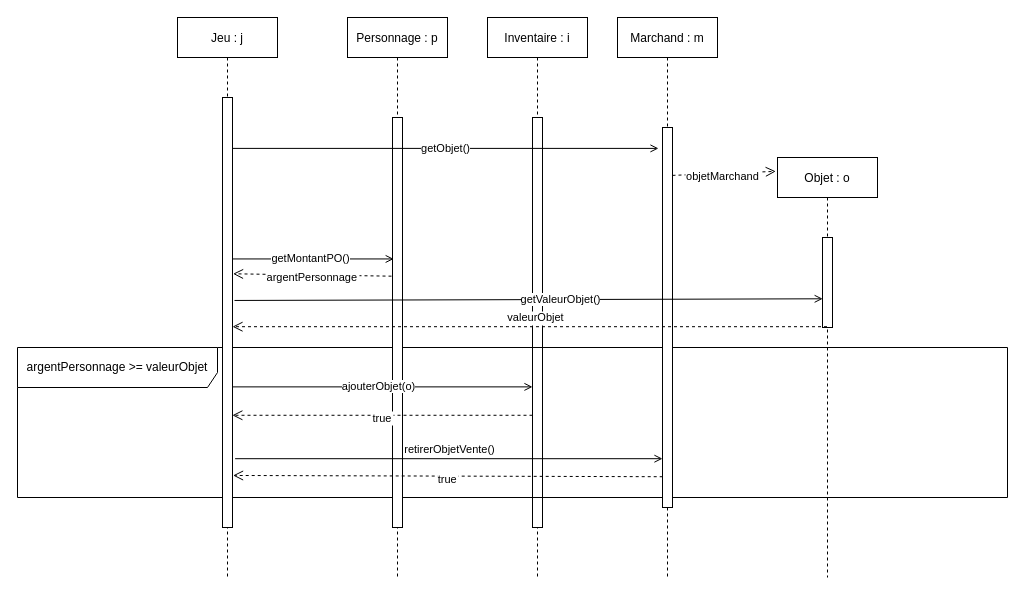
Above: Diagrammes/Diagrammes de séquences/Diagramme de sequence - Scenario4.drawio in Eoloc/M1MIAGE_ProjetUML (draw.io), before the change. Source tidied: cells renumbered, new cells numbered last; positions are measured from the earlier drawing's top-left corner, leaving out a move shared by most shapes. Both pictures are drawn from the tidied source at 100%, with x=0, y=0 at pixel (17, 17).
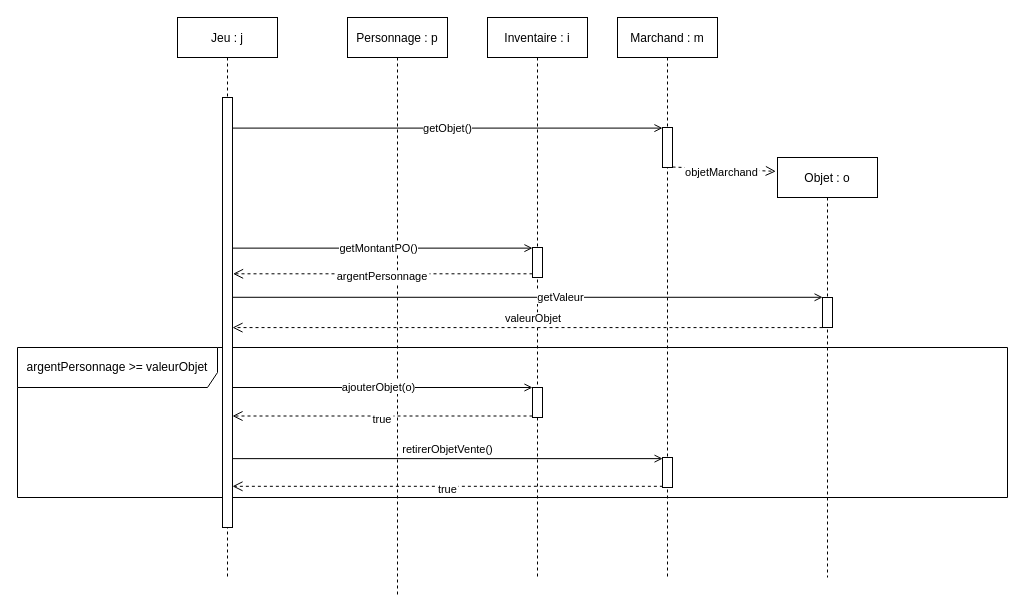
Above is the later version.

Unchanged cells that the change refers to:
```xml
<mxCell id="2" value="Inventaire : i" style="shape=umlLifeline;perimeter=lifelinePerimeter;rounded=0;shadow=0;strokeWidth=1;" parent="1" vertex="1">
  <mxGeometry x="470" width="100" height="560" as="geometry" />
</mxCell>
<mxCell id="6" style="points=[];perimeter=orthogonalPerimeter;rounded=0;shadow=0;strokeWidth=1;" parent="5" vertex="1">
  <mxGeometry x="45" y="80" width="10" height="430" as="geometry" />
</mxCell>
<mxCell id="8" value="Marchand : m" style="shape=umlLifeline;perimeter=lifelinePerimeter;rounded=0;shadow=0;strokeWidth=1;" parent="1" vertex="1">
  <mxGeometry x="600" width="100" height="560" as="geometry" />
</mxCell>
<mxCell id="10" value="Objet : o" style="shape=umlLifeline;perimeter=lifelinePerimeter;rounded=0;shadow=0;strokeWidth=1;" parent="1" vertex="1">
  <mxGeometry x="760" y="140" width="100" height="420" as="geometry" />
</mxCell>
```

Change to the diagram source:
```diff
@@
     <mxCell id="3" style="points=[];perimeter=orthogonalPerimeter;rounded=0;shadow=0;strokeWidth=1;" parent="2" vertex="1">
-      <mxGeometry x="45" y="100" width="10" height="410" as="geometry" />
+      <mxGeometry x="45" y="230" width="10" height="30" as="geometry" />
     </mxCell>
@@
-    <mxCell id="7" value="objetMarchand" style="verticalAlign=bottom;endArrow=open;dashed=1;endSize=8;shadow=0;strokeWidth=1;exitX=1;exitY=0.126;exitDx=0;exitDy=0;exitPerimeter=0;entryX=-0.017;entryY=0.033;entryDx=0;entryDy=0;entryPerimeter=0;" parent="1" edge="1" source="9" target="10">
+    <mxCell id="7" value="objetMarchand" style="verticalAlign=bottom;endArrow=open;dashed=1;endSize=8;shadow=0;strokeWidth=1;exitX=1.003;exitY=0.988;exitDx=0;exitDy=0;exitPerimeter=0;entryX=-0.017;entryY=0.033;entryDx=0;entryDy=0;entryPerimeter=0;" parent="1" edge="1" source="9" target="10">
       <mxGeometry x="-0.04" y="-12" relative="1" as="geometry" />
     </mxCell>
@@
     <mxCell id="9" style="points=[];perimeter=orthogonalPerimeter;rounded=0;shadow=0;strokeWidth=1;" parent="8" vertex="1">
-      <mxGeometry x="45" y="110" width="10" height="380" as="geometry" />
+      <mxGeometry x="45" y="110" width="10" height="40" as="geometry" />
     </mxCell>
@@
     <mxCell id="11" style="points=[];perimeter=orthogonalPerimeter;rounded=0;shadow=0;strokeWidth=1;" parent="10" vertex="1">
-      <mxGeometry x="45" y="80" width="10" height="90" as="geometry" />
+      <mxGeometry x="45" y="140" width="10" height="30" as="geometry" />
     </mxCell>
     <mxCell id="12" value="Personnage : p" style="shape=umlLifeline;perimeter=lifelinePerimeter;rounded=0;shadow=0;strokeWidth=1;" parent="1" vertex="1">
-      <mxGeometry x="330" width="100" height="560" as="geometry" />
+      <mxGeometry x="330" width="100" height="580" as="geometry" />
     </mxCell>
-    <mxCell id="13" style="points=[];perimeter=orthogonalPerimeter;rounded=0;shadow=0;strokeWidth=1;" parent="12" vertex="1">
-      <mxGeometry x="45" y="100" width="10" height="410" as="geometry" />
-    </mxCell>
-    <mxCell id="14" value="getObjet()" style="endArrow=open;html=1;entryX=-0.4;entryY=0.055;entryDx=0;entryDy=0;entryPerimeter=0;endFill=0;" parent="1" edge="1" source="6" target="9">
+    <mxCell id="14" value="getObjet()" style="endArrow=open;html=1;entryX=0;entryY=0.015;entryDx=0;entryDy=0;entryPerimeter=0;endFill=0;" parent="1" edge="1" source="6" target="9">
       <mxGeometry relative="1" as="geometry" />
     </mxCell>
-    <mxCell id="15" value="getValeurObjet()" style="endArrow=open;html=1;endFill=0;exitX=1.2;exitY=0.472;exitDx=0;exitDy=0;exitPerimeter=0;entryX=0.021;entryY=0.681;entryDx=0;entryDy=0;entryPerimeter=0;" parent="1" edge="1" source="6" target="11">
+    <mxCell id="15" value="getValeur" style="endArrow=open;html=1;endFill=0;entryX=0.011;entryY=-0.007;entryDx=0;entryDy=0;entryPerimeter=0;" parent="1" edge="1" source="6" target="11">
       <mxGeometry x="0.11" relative="1" as="geometry" />
     </mxCell>
-    <mxCell id="16" value="valeurObjet" style="verticalAlign=bottom;endArrow=open;dashed=1;endSize=8;shadow=0;strokeWidth=1;entryX=1;entryY=0.533;entryDx=0;entryDy=0;entryPerimeter=0;" parent="1" edge="1" source="10" target="6">
+    <mxCell id="16" value="valeurObjet" style="verticalAlign=bottom;endArrow=open;dashed=1;endSize=8;shadow=0;strokeWidth=1;exitX=0.003;exitY=1.003;exitDx=0;exitDy=0;exitPerimeter=0;" parent="1" edge="1" source="11" target="6">
       <mxGeometry x="-0.02" relative="1" as="geometry" />
     </mxCell>
-    <mxCell id="17" value="getMontantPO()" style="endArrow=open;html=1;endFill=0;entryX=0.124;entryY=0.345;entryDx=0;entryDy=0;entryPerimeter=0;" parent="1" edge="1" source="6" target="13">
+    <mxCell id="17" value="getMontantPO()" style="endArrow=open;html=1;endFill=0;entryX=0;entryY=0.021;entryDx=0;entryDy=0;entryPerimeter=0;" parent="1" edge="1" source="6" target="3">
       <mxGeometry x="-0.03" relative="1" as="geometry" />
     </mxCell>
-    <mxCell id="18" value="argentPersonnage" style="verticalAlign=bottom;endArrow=open;dashed=1;endSize=8;shadow=0;strokeWidth=1;entryX=1.055;entryY=0.41;entryDx=0;entryDy=0;entryPerimeter=0;exitX=-0.1;exitY=0.387;exitDx=0;exitDy=0;exitPerimeter=0;" parent="1" edge="1" source="13" target="6">
+    <mxCell id="18" value="argentPersonnage" style="verticalAlign=bottom;endArrow=open;dashed=1;endSize=8;shadow=0;strokeWidth=1;entryX=1.055;entryY=0.41;entryDx=0;entryDy=0;entryPerimeter=0;" parent="1" edge="1" source="3" target="6">
       <mxGeometry y="12" relative="1" as="geometry" />
     </mxCell>
-    <mxCell id="19" value="ajouterObjet(o)" style="endArrow=open;html=1;endFill=0;exitX=0.986;exitY=0.673;exitDx=0;exitDy=0;exitPerimeter=0;" parent="1" edge="1" source="6" target="3">
+    <mxCell id="19" value="ajouterObjet(o)" style="endArrow=open;html=1;endFill=0;entryX=0;entryY=0;entryDx=0;entryDy=0;entryPerimeter=0;" parent="1" edge="1" source="6" target="23">
       <mxGeometry x="-0.03" relative="1" as="geometry" />
     </mxCell>
-    <mxCell id="20" value="true" style="verticalAlign=bottom;endArrow=open;dashed=1;endSize=8;shadow=0;strokeWidth=1;entryX=0.986;entryY=0.739;entryDx=0;entryDy=0;entryPerimeter=0;" parent="1" edge="1" source="3" target="6">
+    <mxCell id="20" value="true" style="verticalAlign=bottom;endArrow=open;dashed=1;endSize=8;shadow=0;strokeWidth=1;exitX=0;exitY=0.95;exitDx=0;exitDy=0;exitPerimeter=0;" parent="1" edge="1" source="23" target="6">
       <mxGeometry y="12" relative="1" as="geometry" />
     </mxCell>
-    <mxCell id="21" value="retirerObjetVente()" style="endArrow=open;html=1;endFill=0;exitX=1.262;exitY=0.84;exitDx=0;exitDy=0;exitPerimeter=0;" parent="1" edge="1" source="6" target="9">
+    <mxCell id="21" value="retirerObjetVente()" style="endArrow=open;html=1;endFill=0;entryX=0.011;entryY=0.038;entryDx=0;entryDy=0;entryPerimeter=0;" parent="1" edge="1" source="6" target="24">
       <mxGeometry y="9" relative="1" as="geometry" />
     </mxCell>
-    <mxCell id="22" value="true" style="verticalAlign=bottom;endArrow=open;dashed=1;endSize=8;shadow=0;strokeWidth=1;entryX=1.055;entryY=0.879;entryDx=0;entryDy=0;entryPerimeter=0;exitX=0.021;exitY=0.919;exitDx=0;exitDy=0;exitPerimeter=0;" parent="1" edge="1" source="9" target="6">
+    <mxCell id="22" value="true" style="verticalAlign=bottom;endArrow=open;dashed=1;endSize=8;shadow=0;strokeWidth=1;exitX=0.038;exitY=0.96;exitDx=0;exitDy=0;exitPerimeter=0;" parent="1" edge="1" source="24" target="6">
       <mxGeometry y="12" relative="1" as="geometry" />
     </mxCell>
+    <mxCell id="23" style="points=[];perimeter=orthogonalPerimeter;rounded=0;shadow=0;strokeWidth=1;" parent="1" vertex="1">
+      <mxGeometry x="515" y="370" width="10" height="30" as="geometry" />
+    </mxCell>
+    <mxCell id="24" style="points=[];perimeter=orthogonalPerimeter;rounded=0;shadow=0;strokeWidth=1;" parent="1" vertex="1">
+      <mxGeometry x="645" y="440" width="10" height="30" as="geometry" />
+    </mxCell>
```
